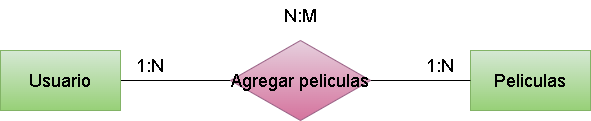
This is (Unidad-2) (Tarea-3)/img/Ejercicio07.drawio.png from Darkoscurito/Base-de-datos, a draw.io export, as it was before one commit. Source tidied: cells renumbered, new cells last; positions are measured from the earlier drawing's top-left corner, leaving out a move shared by most shapes.
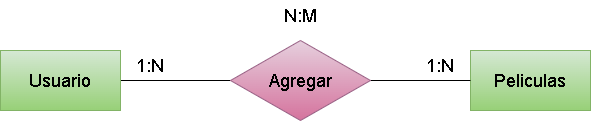
After the change.

Diff of the diagram source:
```diff
@@ -14,7 +14,7 @@
     <mxCell id="5" style="edgeStyle=none;html=1;endArrow=none;endFill=0;" parent="1" edge="1" source="6" target="4">
       <mxGeometry relative="1" as="geometry" />
     </mxCell>
-    <mxCell id="6" value="&lt;span style=&quot;font-size: 18px;&quot;&gt;Agregar peliculas&lt;/span&gt;" style="rhombus;whiteSpace=wrap;html=1;fillColor=#e6d0de;gradientColor=#d5739d;strokeColor=#996185;" parent="1" vertex="1">
+    <mxCell id="6" value="&lt;span style=&quot;font-size: 18px;&quot;&gt;Agregar&lt;/span&gt;" style="rhombus;whiteSpace=wrap;html=1;fillColor=#e6d0de;gradientColor=#d5739d;strokeColor=#996185;" parent="1" vertex="1">
       <mxGeometry x="230" y="40" width="140" height="80" as="geometry" />
     </mxCell>
     <mxCell id="7" value="1:N" style="text;html=1;strokeColor=none;fillColor=none;align=center;verticalAlign=middle;whiteSpace=wrap;rounded=0;fontSize=18;" parent="1" vertex="1">
```
